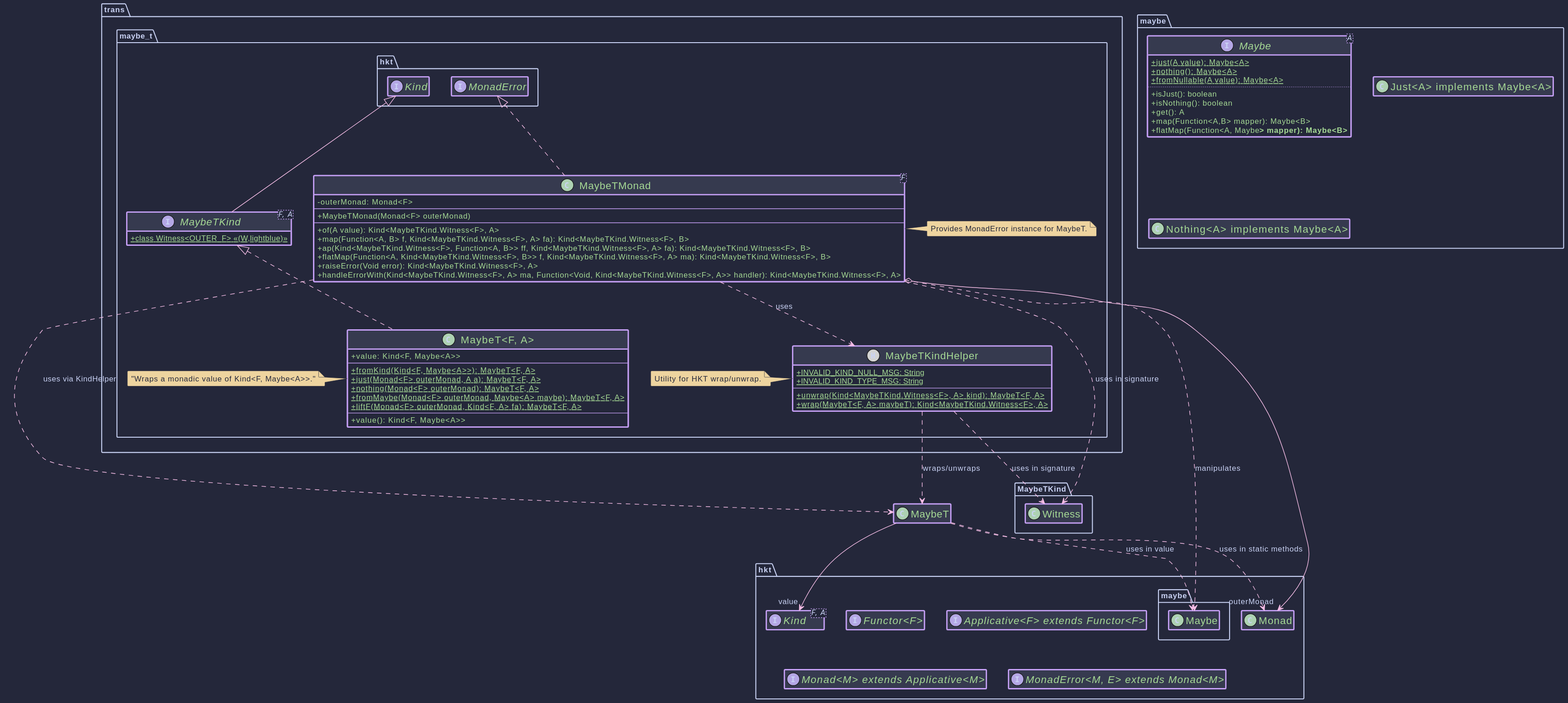
higher-kinded-j/higher-kinded-j keeps this PlantUML diagram as hkj-book/src/images/puml/maybet_transformer.svg. Above is the earlier version.
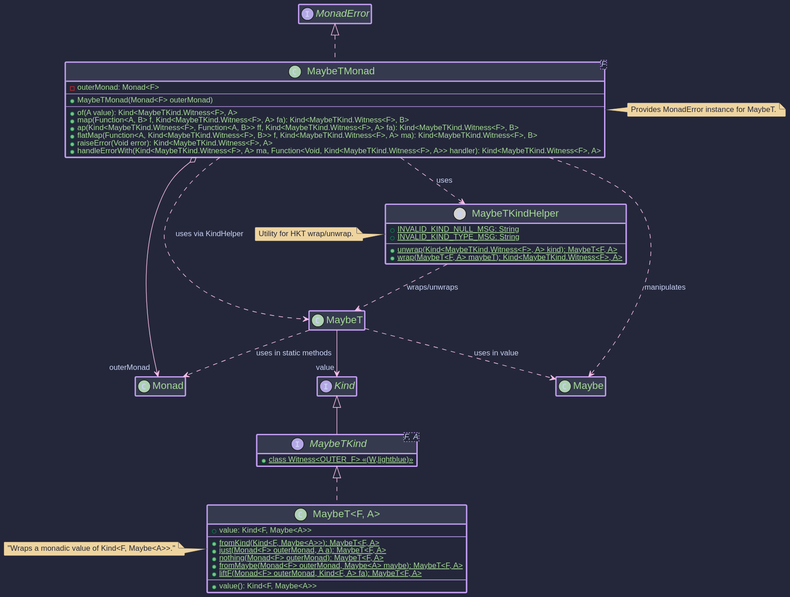
After the change.

The edit, as a diff of the source:
```diff
@@ -1,13 +1,11 @@
 @startuml
 !include https://raw.githubusercontent.com/ncosta-ic/catppuccin-macchiato-plantuml-theme/main/theme.puml
 
-skinparam classAttributeIconSize 0
-skinparam defaultFontName "Roboto, Helvetica"
 hide empty members
 
-package "trans.maybe_t" {
 
-  interface MaybeTKind<F, A> extends hkt.Kind<MaybeTKind.Witness<F>, A> {
+
+  interface MaybeTKind<F, A> extends Kind<MaybeTKind.Witness<F>, A> {
     + {static} class Witness<OUTER_F> << (W,lightblue) >>
   }
 
@@ -24,7 +22,7 @@
   }
   note left of "MaybeT<F, A>" : "Wraps a monadic value of Kind<F, Maybe<A>>."
 
-  class MaybeTMonad<F> implements hkt.MonadError<MaybeTKind.Witness<F>, java.lang.Void> {
+  class MaybeTMonad<F> implements MonadError<MaybeTKind.Witness<F>, java.lang.Void> {
     - outerMonad: Monad<F>
     --
     + MaybeTMonad(Monad<F> outerMonad)
@@ -47,41 +45,19 @@
   }
   note left of MaybeTKindHelper : Utility for HKT wrap/unwrap.
 
-}
 
-package "hkt" {
-  interface Kind<F, A>
-  interface "Functor<F>"
-  interface "Applicative<F> extends Functor<F>"
-  interface "Monad<M> extends Applicative<M>"
-  interface "MonadError<M, E> extends Monad<M>"
-}
 
-package "maybe" {
-  interface Maybe<A> {
-    + {static} just(A value): Maybe<A>
-    + {static} nothing(): Maybe<A>
-    + {static} fromNullable(A value): Maybe<A>
-    ..
-    + isJust(): boolean
-    + isNothing(): boolean
-    + get(): A
-    + map(Function<A,B> mapper): Maybe<B>
-    + flatMap(Function<A, Maybe<B>> mapper): Maybe<B>
-  }
-  class "Just<A> implements Maybe<A>"
-  class "Nothing<A> implements Maybe<A>"
-}
 
-MaybeT --> "value" hkt.Kind
-MaybeT ..> hkt.maybe.Maybe : uses in value
-MaybeT ..> hkt.Monad : uses in static methods
 
-MaybeTMonad o--> "outerMonad" hkt.Monad
+MaybeT --> "value" Kind
+MaybeT ..> Maybe : uses in value
+MaybeT ..> Monad : uses in static methods
+
+MaybeTMonad o--> "outerMonad" Monad
 MaybeTMonad ..> MaybeTKindHelper : uses
 MaybeTMonad ..> MaybeT : uses via KindHelper
 MaybeTMonad ..> MaybeTKind.Witness : uses in signature
-MaybeTMonad ..> hkt.maybe.Maybe : manipulates
+MaybeTMonad ..> Maybe : manipulates
 
 MaybeTKindHelper ..> MaybeT : wraps/unwraps
 MaybeTKindHelper ..> MaybeTKind.Witness : uses in signature
```
